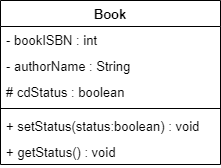
Earlier version of the draw.io export E2ClassDiagram.png (yunee01/W2). Source tidied: cells renumbered, new cells last; positions are measured from the earlier drawing's top-left corner, leaving out a move shared by most shapes.
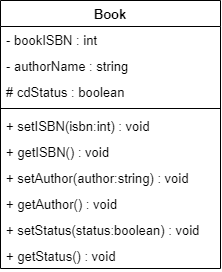
Above is the later version.

Diff of the diagram source:
```diff
@@ -3,12 +3,12 @@
     <mxCell id="0" />
     <mxCell id="1" parent="0" />
     <mxCell id="2" value="Book" style="swimlane;fontStyle=1;align=center;verticalAlign=top;horizontal=1;startSize=26;fontSize=13;" parent="1" vertex="1">
-      <mxGeometry width="220" height="164" as="geometry" />
+      <mxGeometry width="220" height="268" as="geometry" />
     </mxCell>
     <mxCell id="3" value="- bookISBN : int" style="text;strokeColor=none;fillColor=none;align=left;verticalAlign=top;spacingLeft=4;spacingRight=4;overflow=hidden;fontSize=13;" parent="2" vertex="1">
       <mxGeometry y="26" width="220" height="26" as="geometry" />
     </mxCell>
-    <mxCell id="4" value="- authorName : String" style="text;strokeColor=none;fillColor=none;align=left;verticalAlign=top;spacingLeft=4;spacingRight=4;overflow=hidden;fontSize=13;" parent="2" vertex="1">
+    <mxCell id="4" value="- authorName : string" style="text;strokeColor=none;fillColor=none;align=left;verticalAlign=top;spacingLeft=4;spacingRight=4;overflow=hidden;fontSize=13;" parent="2" vertex="1">
       <mxGeometry y="52" width="220" height="26" as="geometry" />
     </mxCell>
     <mxCell id="5" value="# cdStatus : boolean" style="text;strokeColor=none;fillColor=none;align=left;verticalAlign=top;spacingLeft=4;spacingRight=4;overflow=hidden;fontSize=13;" parent="2" vertex="1">
@@ -17,11 +17,23 @@
     <mxCell id="6" style="line;strokeWidth=1;fillColor=none;align=left;verticalAlign=middle;spacingTop=-1;spacingLeft=3;spacingRight=3;labelPosition=right;fontSize=13;" parent="2" vertex="1">
       <mxGeometry y="104" width="220" height="8" as="geometry" />
     </mxCell>
-    <mxCell id="7" value="+ setStatus(status:boolean) : void" style="text;strokeColor=none;fillColor=none;align=left;verticalAlign=top;spacingLeft=4;spacingRight=4;overflow=hidden;fontSize=13;" parent="2" vertex="1">
+    <mxCell id="7" value="+ setISBN(isbn:int) : void" style="text;strokeColor=none;fillColor=none;align=left;verticalAlign=top;spacingLeft=4;spacingRight=4;overflow=hidden;fontSize=13;" parent="2" vertex="1">
       <mxGeometry y="112" width="220" height="26" as="geometry" />
     </mxCell>
-    <mxCell id="8" value="+ getStatus() : void" style="text;strokeColor=none;fillColor=none;align=left;verticalAlign=top;spacingLeft=4;spacingRight=4;overflow=hidden;fontSize=13;" parent="2" vertex="1">
+    <mxCell id="8" value="+ getISBN() : void" style="text;strokeColor=none;fillColor=none;align=left;verticalAlign=top;spacingLeft=4;spacingRight=4;overflow=hidden;fontSize=13;" parent="2" vertex="1">
       <mxGeometry y="138" width="220" height="26" as="geometry" />
     </mxCell>
+    <mxCell id="9" value="+ setAuthor(author:string) : void" style="text;strokeColor=none;fillColor=none;align=left;verticalAlign=top;spacingLeft=4;spacingRight=4;overflow=hidden;fontSize=13;" parent="2" vertex="1">
+      <mxGeometry y="164" width="220" height="26" as="geometry" />
+    </mxCell>
+    <mxCell id="10" value="+ getAuthor() : void" style="text;strokeColor=none;fillColor=none;align=left;verticalAlign=top;spacingLeft=4;spacingRight=4;overflow=hidden;fontSize=13;" parent="2" vertex="1">
+      <mxGeometry y="190" width="220" height="26" as="geometry" />
+    </mxCell>
+    <mxCell id="11" value="+ setStatus(status:boolean) : void" style="text;strokeColor=none;fillColor=none;align=left;verticalAlign=top;spacingLeft=4;spacingRight=4;overflow=hidden;fontSize=13;" parent="2" vertex="1">
+      <mxGeometry y="216" width="220" height="26" as="geometry" />
+    </mxCell>
+    <mxCell id="12" value="+ getStatus() : void" style="text;strokeColor=none;fillColor=none;align=left;verticalAlign=top;spacingLeft=4;spacingRight=4;overflow=hidden;fontSize=13;" parent="2" vertex="1">
+      <mxGeometry y="242" width="220" height="26" as="geometry" />
+    </mxCell>
   </root>
 </mxGraphModel>
```
